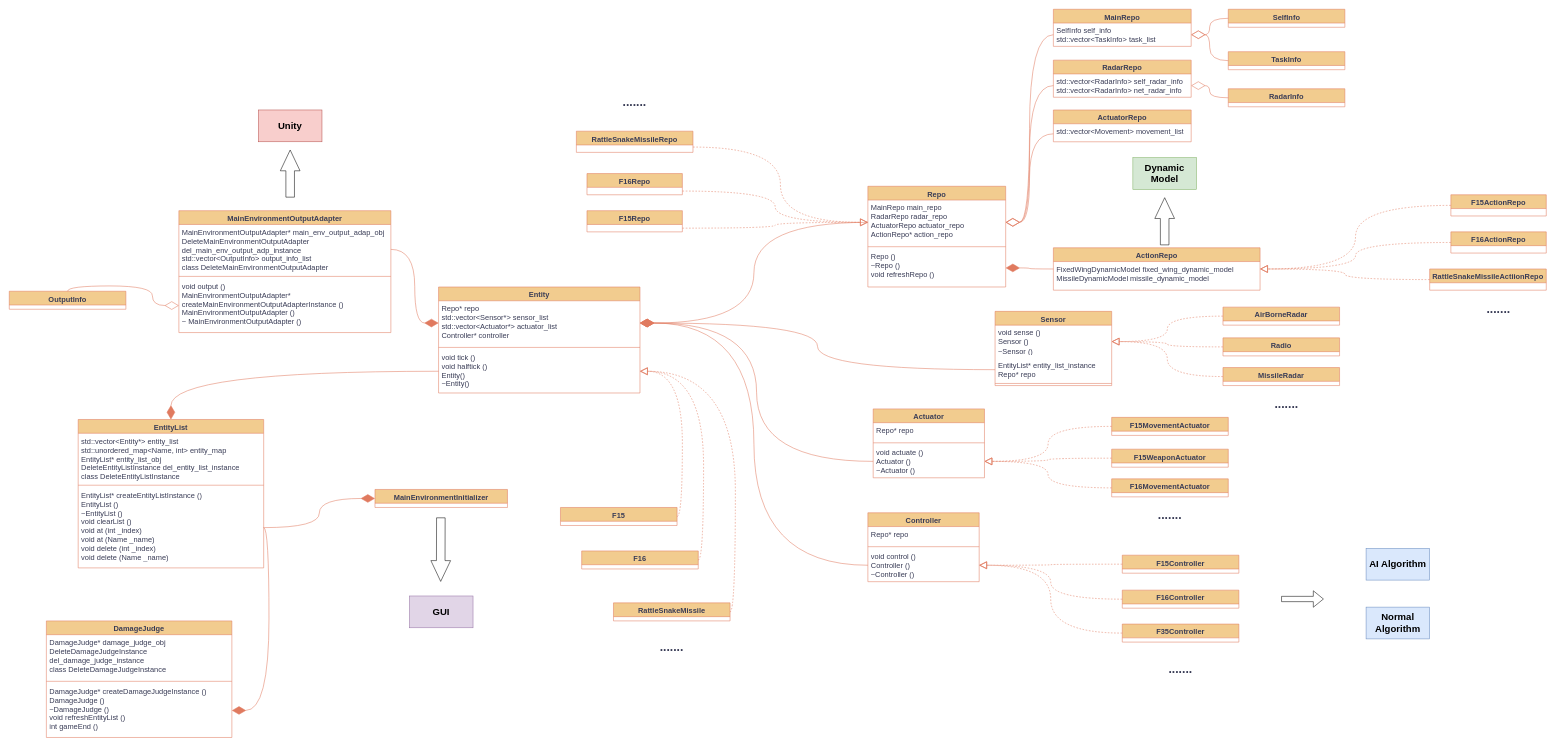
nameistzzhang/CGFAITrainingSystem keeps this draw.io diagram as page "第 4 页" (4 of 4) of Drawio_script/draw_script.drawio. Above is the earlier version. Source tidied: cells renumbered, new cells numbered last; positions are measured from the earlier drawing's top-left corner, leaving out a move shared by most shapes. Both pictures are drawn from the tidied source at 53%, with x=0, y=0 at pixel (9, 9).
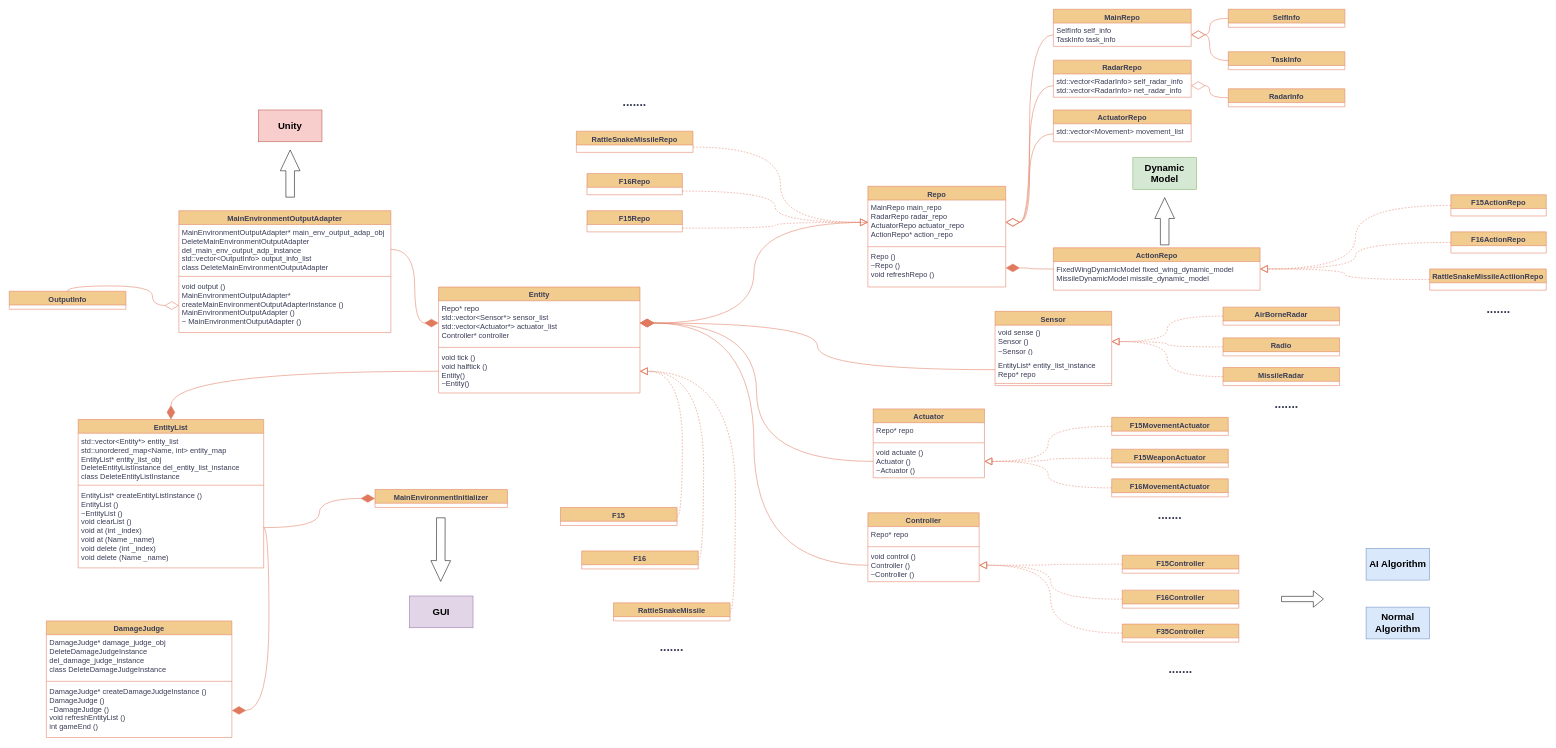
Above is the later version.

Commit message (it also covers changes not shown here):
finish SelfInfo and TaskInfo without test

Unchanged cells that the change refers to:
```xml
<mxCell id="38" value="&lt;font style=&quot;font-size: 14px;&quot;&gt;MainRepo&lt;/font&gt;" style="swimlane;fontStyle=1;align=center;verticalAlign=top;horizontal=1;startSize=26;whiteSpace=wrap;html=1;strokeColor=#E07A5F;fontColor=#393C56;fillColor=#F2CC8F;labelBackgroundColor=none;" parent="1" vertex="1">
  <mxGeometry x="1970" width="260" height="70" as="geometry" />
</mxCell>
```

Diff of the diagram source:
```diff
@@
-    <mxCell id="39" value="&lt;span style=&quot;font-size: 14px;&quot;&gt;SelfInfo self_info&lt;br&gt;std::vector&amp;lt;TaskInfo&amp;gt; task_list&lt;br&gt;&lt;/span&gt;" style="text;strokeColor=none;fillColor=none;align=left;verticalAlign=top;spacingLeft=4;spacingRight=4;overflow=hidden;points=[[0,0.5],[1,0.5]];portConstraint=eastwest;whiteSpace=wrap;html=1;fontColor=#393C56;labelBackgroundColor=none;" parent="38" vertex="1">
+    <mxCell id="39" value="&lt;span style=&quot;font-size: 14px;&quot;&gt;SelfInfo self_info&lt;br&gt;TaskInfo task_info&lt;br&gt;&lt;/span&gt;" style="text;strokeColor=none;fillColor=none;align=left;verticalAlign=top;spacingLeft=4;spacingRight=4;overflow=hidden;points=[[0,0.5],[1,0.5]];portConstraint=eastwest;whiteSpace=wrap;html=1;fontColor=#393C56;labelBackgroundColor=none;" parent="38" vertex="1">
       <mxGeometry y="26" width="260" height="44" as="geometry" />
     </mxCell>
```
